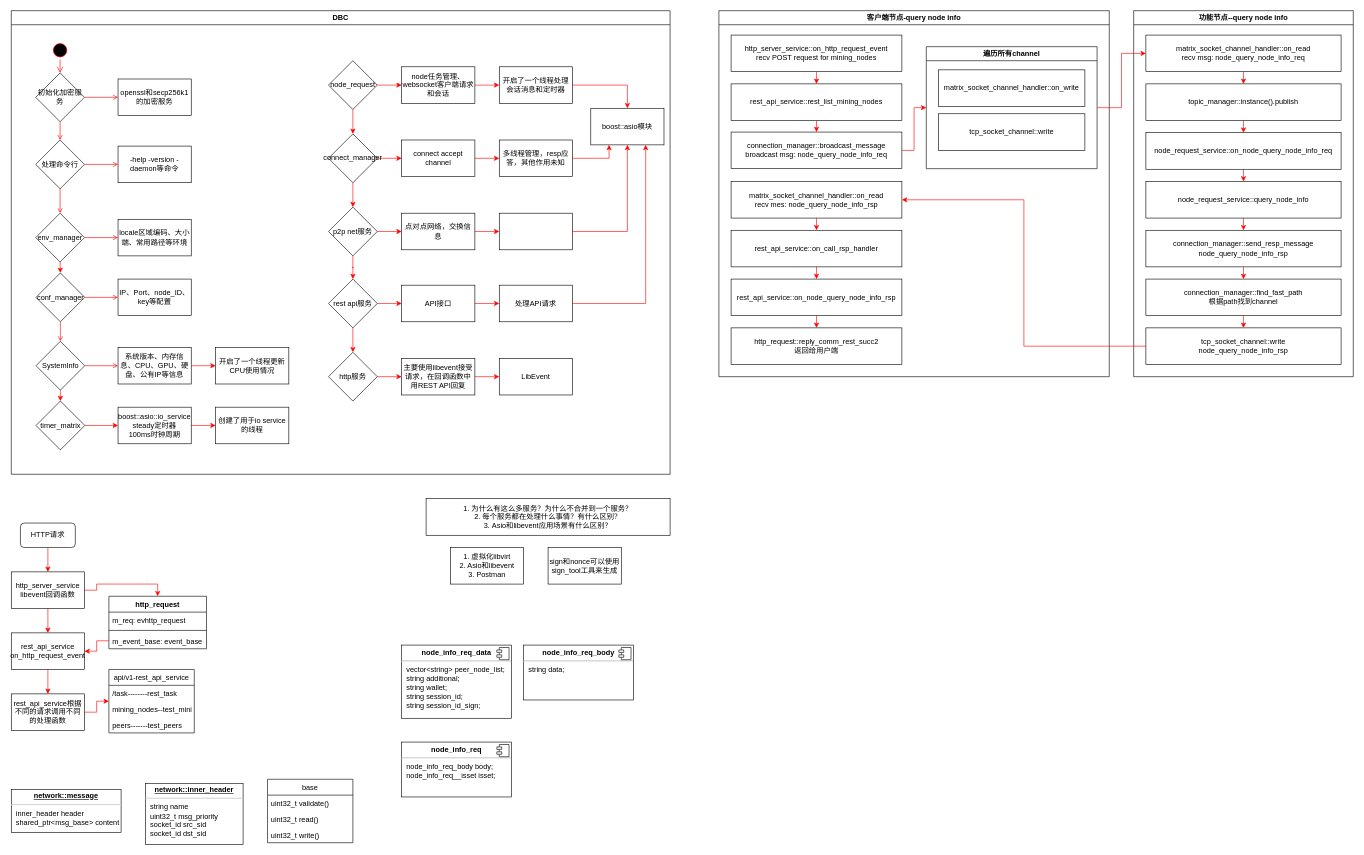
Earlier version of the draw.io diagram Untitled Diagram.drawio (Jerry-se/UML). Source tidied: cells renumbered, new cells numbered last; positions are measured from the earlier drawing's top-left corner, leaving out a move shared by most shapes. Both pictures are drawn from the tidied source at 61%, with x=0, y=0 at pixel (11, 10).
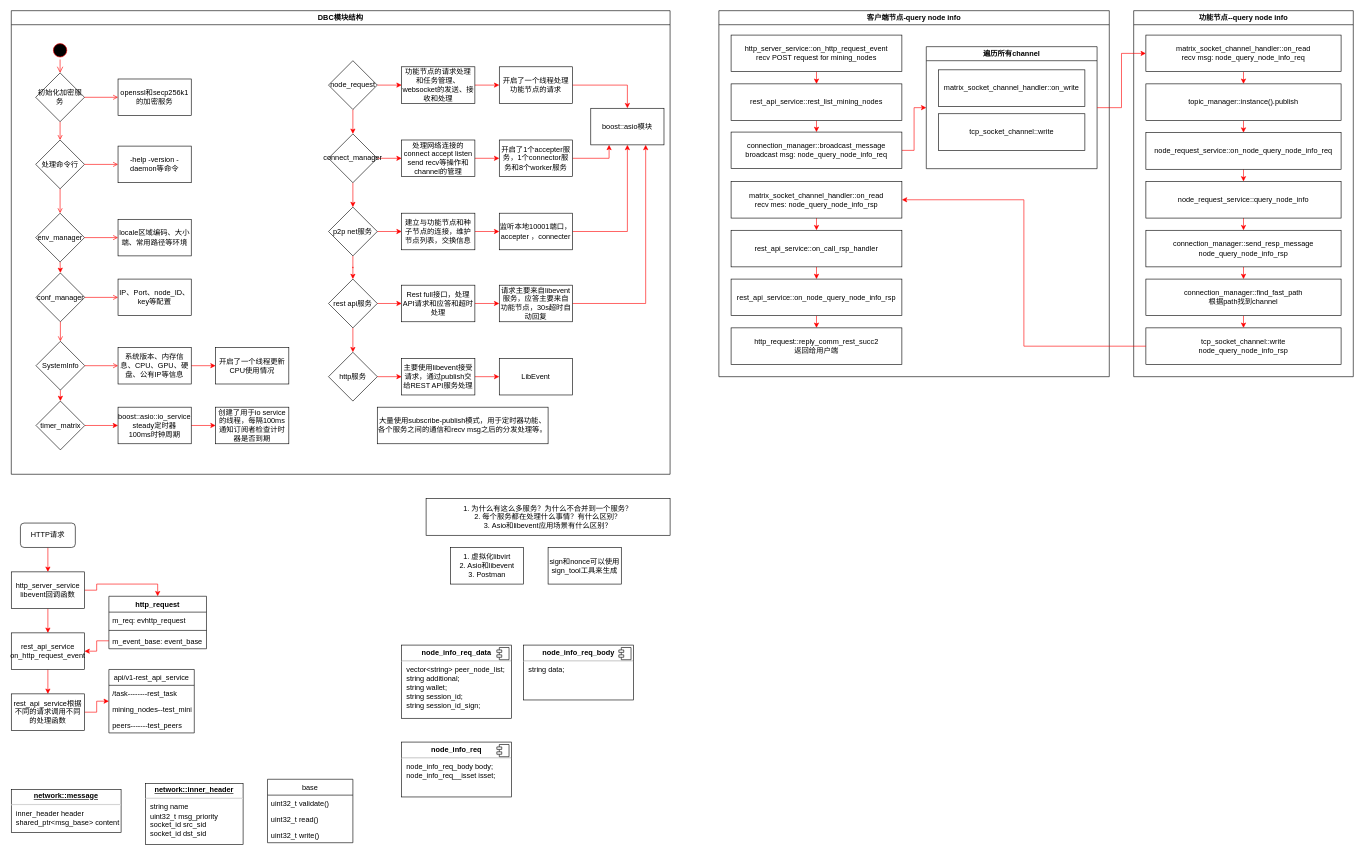
After the change.

Diff of the diagram source:
```diff
@@
-    <mxCell id="2" value="DBC" style="swimlane;whiteSpace=wrap;" parent="1" vertex="1">
+    <mxCell id="2" value="DBC模块结构" style="swimlane;whiteSpace=wrap;" parent="1" vertex="1">
       <mxGeometry width="1080" height="760" as="geometry" />
     </mxCell>
@@
-    <mxCell id="30" value="创建了用于io service的线程" style="rounded=0;whiteSpace=wrap;html=1;" parent="2" vertex="1">
+    <mxCell id="30" value="创建了用于io service的线程，每隔100ms通知订阅者检查计时器是否到期" style="rounded=0;whiteSpace=wrap;html=1;" parent="2" vertex="1">
       <mxGeometry x="335" y="650" width="120" height="60" as="geometry" />
     </mxCell>
@@
-    <mxCell id="35" value="node任务管理、websocket客户端请求和会话" style="rounded=0;whiteSpace=wrap;html=1;" parent="2" vertex="1">
+    <mxCell id="35" value="功能节点的请求处理和任务管理、websocket的发送、接收和处理" style="rounded=0;whiteSpace=wrap;html=1;" parent="2" vertex="1">
       <mxGeometry x="640" y="92" width="120" height="60" as="geometry" />
     </mxCell>
@@
-    <mxCell id="43" value="开启了一个线程处理会话消息和定时器" style="rounded=0;whiteSpace=wrap;html=1;" parent="2" vertex="1">
+    <mxCell id="43" value="开启了一个线程处理功能节点的请求" style="rounded=0;whiteSpace=wrap;html=1;" parent="2" vertex="1">
       <mxGeometry x="800" y="92" width="120" height="60" as="geometry" />
     </mxCell>
@@
-    <mxCell id="45" value="connect accept channel" style="rounded=0;whiteSpace=wrap;html=1;" parent="2" vertex="1">
+    <mxCell id="45" value="处理网络连接的connect accept listen send recv等操作和 channel的管理" style="rounded=0;whiteSpace=wrap;html=1;" parent="2" vertex="1">
       <mxGeometry x="640" y="212" width="120" height="60" as="geometry" />
     </mxCell>
@@
-    <mxCell id="47" value="多线程管理，resp应答，其他作用未知" style="rounded=0;whiteSpace=wrap;html=1;" parent="2" vertex="1">
+    <mxCell id="47" value="开启了1个accepter服务，1个connector服务和8个worker服务" style="rounded=0;whiteSpace=wrap;html=1;" parent="2" vertex="1">
       <mxGeometry x="800" y="212" width="120" height="60" as="geometry" />
     </mxCell>
@@
-    <mxCell id="49" value="&lt;span&gt;点对点网络，交换信息&lt;/span&gt;" style="rounded=0;whiteSpace=wrap;html=1;" parent="2" vertex="1">
+    <mxCell id="49" value="&lt;span&gt;建立与功能节点和种子节点的连接，维护节点列表，交换信息&lt;/span&gt;" style="rounded=0;whiteSpace=wrap;html=1;" parent="2" vertex="1">
       <mxGeometry x="640" y="332" width="120" height="60" as="geometry" />
     </mxCell>
@@
-    <mxCell id="51" style="rounded=0;whiteSpace=wrap;html=1;" parent="2" vertex="1">
+    <mxCell id="51" value="监听本地10001端口，accepter ，connecter" style="rounded=0;whiteSpace=wrap;html=1;" parent="2" vertex="1">
       <mxGeometry x="800" y="332" width="120" height="60" as="geometry" />
     </mxCell>
@@
-    <mxCell id="58" value="API接口" style="rounded=0;whiteSpace=wrap;html=1;" parent="2" vertex="1">
+    <mxCell id="58" value="Rest full接口，处理API请求和应答和超时处理" style="rounded=0;whiteSpace=wrap;html=1;" parent="2" vertex="1">
       <mxGeometry x="640" y="450" width="120" height="60" as="geometry" />
     </mxCell>
@@
-    <mxCell id="60" value="处理API请求" style="rounded=0;whiteSpace=wrap;html=1;" parent="2" vertex="1">
+    <mxCell id="60" value="请求主要来自libevent服务，应答主要来自功能节点，30s超时自动回复" style="rounded=0;whiteSpace=wrap;html=1;" parent="2" vertex="1">
       <mxGeometry x="800" y="450" width="120" height="60" as="geometry" />
     </mxCell>
@@
-    <mxCell id="62" value="&lt;span&gt;主要使用libevent接受请求，在回调函数中用REST API回复&lt;/span&gt;" style="rounded=0;whiteSpace=wrap;html=1;" parent="2" vertex="1">
+    <mxCell id="62" value="&lt;span&gt;主要使用libevent接受请求，通过publish交给REST API服务处理&lt;/span&gt;" style="rounded=0;whiteSpace=wrap;html=1;" parent="2" vertex="1">
       <mxGeometry x="640" y="570" width="120" height="60" as="geometry" />
     </mxCell>
@@
+    <mxCell id="132" value="大量使用subscribe-publish模式，用于定时器功能、各个服务之间的通信和recv msg之后的分发处理等。" style="rounded=0;whiteSpace=wrap;html=1;" parent="2" vertex="1">
+      <mxGeometry x="600" y="650" width="280" height="60" as="geometry" />
+    </mxCell>
```
